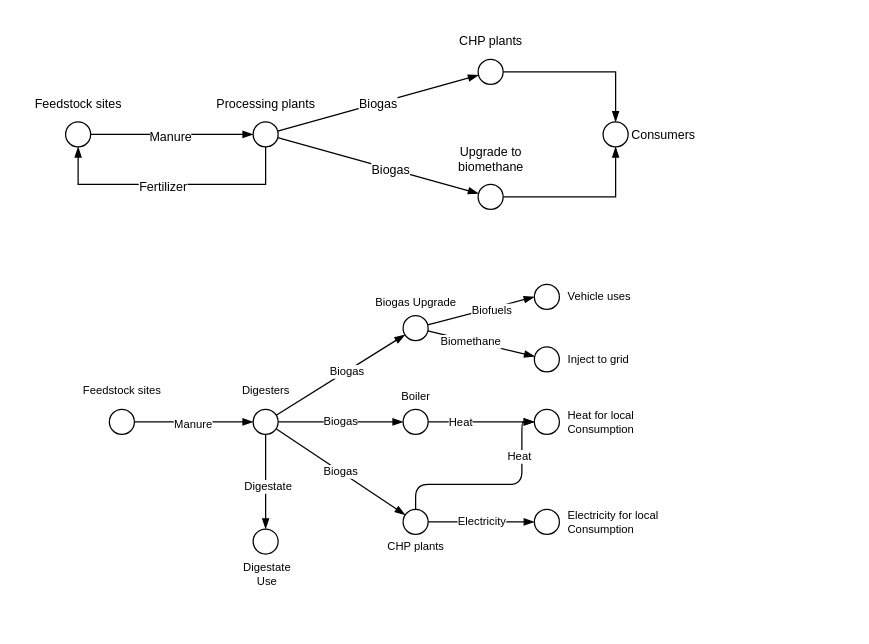
springonions-87/bioze_digital_mapping_tool keeps this draw.io diagram as diagrams/biogas_supply_chain.drawio. Above is the earlier version. Source tidied: cells renumbered, new cells numbered last; positions are measured from the earlier drawing's top-left corner, leaving out a move shared by most shapes. Both pictures are drawn from the tidied source at 125%, with x=0, y=0 at pixel (21, 21).
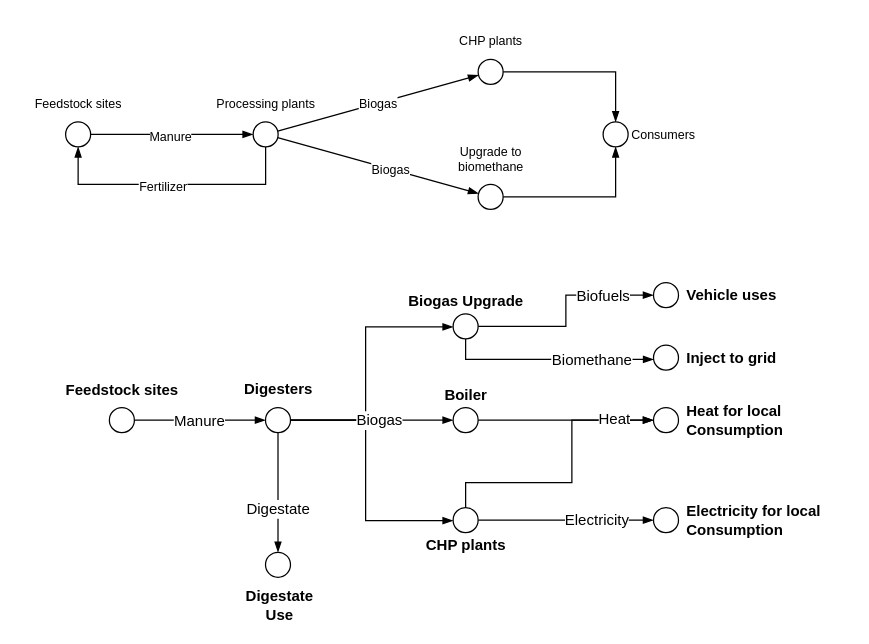
After the change.

Diff of the diagram source:
```diff
@@
-    <mxCell id="21" style="rounded=0;jettySize=auto;html=1;endArrow=blockThin;endFill=1;fontSize=9;" parent="1" edge="1" source="23" target="29">
+    <mxCell id="21" style="rounded=0;jettySize=auto;html=1;endArrow=blockThin;endFill=1;fontSize=12;strokeWidth=1;" parent="1" edge="1" source="23" target="29">
       <mxGeometry relative="1" as="geometry" />
     </mxCell>
-    <mxCell id="22" value="Manure" style="edgeLabel;html=1;align=center;verticalAlign=middle;fontSize=9;" parent="21" vertex="1">
+    <mxCell id="22" value="Manure" style="edgeLabel;html=1;align=center;verticalAlign=middle;fontSize=12;" parent="21" vertex="1">
       <mxGeometry x="-0.03" y="-1" relative="1" as="geometry" />
     </mxCell>
-    <mxCell id="23" style="ellipse;whiteSpace=wrap;html=1;fontSize=9;" parent="1" vertex="1">
-      <mxGeometry x="70" y="310" width="20" height="20" as="geometry" />
+    <mxCell id="23" style="ellipse;whiteSpace=wrap;html=1;fontSize=12;" parent="1" vertex="1">
+      <mxGeometry x="70" y="308.6" width="20" height="20" as="geometry" />
     </mxCell>
-    <mxCell id="24" value="Biogas" style="edgeStyle=none;rounded=0;jettySize=auto;html=1;endArrow=blockThin;endFill=1;fontSize=9;" parent="1" edge="1" source="29" target="34">
-      <mxGeometry relative="1" as="geometry" />
-    </mxCell>
-    <mxCell id="25" style="edgeStyle=orthogonalEdgeStyle;rounded=0;jettySize=auto;html=1;endArrow=blockThin;endFill=1;fontSize=9;" parent="1" edge="1" source="29" target="43">
+    <mxCell id="25" style="edgeStyle=orthogonalEdgeStyle;rounded=0;jettySize=auto;html=1;endArrow=blockThin;endFill=1;fontSize=12;strokeWidth=1;" parent="1" edge="1" source="29" target="43">
       <mxGeometry relative="1" as="geometry">
         <Array as="points">
-          <mxPoint x="195" y="390" />
-          <mxPoint x="195" y="390" />
+          <mxPoint x="204.9" y="388.6" />
+          <mxPoint x="204.9" y="388.6" />
         </Array>
       </mxGeometry>
     </mxCell>
-    <mxCell id="26" value="Digestate" style="edgeLabel;html=1;align=center;verticalAlign=middle;fontSize=9;" parent="25" vertex="1">
-      <mxGeometry x="0.08" y="1" relative="1" as="geometry" />
+    <mxCell id="26" value="Digestate" style="edgeLabel;html=1;align=center;verticalAlign=middle;fontSize=12;" parent="25" vertex="1">
+      <mxGeometry x="0.08" y="1" relative="1" as="geometry">
+        <mxPoint x="-1" y="9" as="offset" />
+      </mxGeometry>
     </mxCell>
-    <mxCell id="27" style="html=1;endArrow=blockThin;endFill=1;fontSize=9;" parent="1" edge="1" source="29" target="52">
-      <mxGeometry relative="1" as="geometry" />
+    <mxCell id="27" style="edgeStyle=orthogonalEdgeStyle;html=1;strokeWidth=1;fontSize=12;endArrow=blockThin;endFill=1;rounded=0;" parent="1" edge="1" source="29" target="52">
+      <mxGeometry relative="1" as="geometry">
+        <Array as="points">
+          <mxPoint x="275" y="319" />
+          <mxPoint x="275" y="244" />
+        </Array>
+      </mxGeometry>
     </mxCell>
-    <mxCell id="28" value="Biogas" style="edgeLabel;html=1;align=center;verticalAlign=middle;fontSize=9;" parent="27" vertex="1">
-      <mxGeometry x="0.09" relative="1" as="geometry" />
-    </mxCell>
+    <mxCell id="47" style="edgeStyle=orthogonalEdgeStyle;rounded=0;html=1;strokeWidth=1;fontSize=12;endArrow=blockThin;endFill=1;" parent="1" edge="1" source="29" target="38">
+      <mxGeometry relative="1" as="geometry">
+        <Array as="points">
+          <mxPoint x="275" y="319" />
+          <mxPoint x="275" y="399" />
+        </Array>
+      </mxGeometry>
+    </mxCell>
+    <mxCell id="24" style="edgeStyle=orthogonalEdgeStyle;rounded=0;html=1;strokeWidth=1;fontSize=12;endArrow=blockThin;endFill=1;" parent="1" edge="1" source="29" target="34">
+      <mxGeometry relative="1" as="geometry" />
+    </mxCell>
+    <mxCell id="58" value="Biogas" style="edgeLabel;html=1;align=center;verticalAlign=middle;fontSize=12;" parent="24" vertex="1">
+      <mxGeometry x="0.16" relative="1" as="geometry">
+        <mxPoint x="-4" as="offset" />
+      </mxGeometry>
+    </mxCell>
-    <mxCell id="29" style="ellipse;whiteSpace=wrap;html=1;fontSize=9;" parent="1" vertex="1">
-      <mxGeometry x="185" y="310" width="20" height="20" as="geometry" />
+    <mxCell id="29" style="ellipse;whiteSpace=wrap;html=1;fontSize=12;" parent="1" vertex="1">
+      <mxGeometry x="194.9" y="308.6" width="20" height="20" as="geometry" />
     </mxCell>
-    <mxCell id="30" value="Feedstock sites" style="text;html=1;align=center;verticalAlign=middle;strokeColor=none;fillColor=none;fontSize=9;" parent="1" vertex="1">
-      <mxGeometry x="35" y="285" width="90" height="20" as="geometry" />
+    <mxCell id="30" value="Feedstock sites" style="text;html=1;align=center;verticalAlign=middle;strokeColor=none;fillColor=none;fontSize=12;fontStyle=1;" parent="1" vertex="1">
+      <mxGeometry x="25" y="280" width="110" height="30" as="geometry" />
     </mxCell>
-    <mxCell id="31" value="Digesters" style="text;html=1;align=center;verticalAlign=middle;strokeColor=none;fillColor=none;fontSize=9;" parent="1" vertex="1">
-      <mxGeometry x="165" y="285" width="60" height="20" as="geometry" />
+    <mxCell id="31" value="Digesters" style="text;html=1;align=center;verticalAlign=middle;strokeColor=none;fillColor=none;fontSize=12;fontStyle=1;" parent="1" vertex="1">
+      <mxGeometry x="164.9" y="278.6" width="80" height="30" as="geometry" />
     </mxCell>
-    <mxCell id="32" style="edgeStyle=orthogonalEdgeStyle;rounded=0;jettySize=auto;html=1;endArrow=blockThin;endFill=1;fontSize=9;" parent="1" edge="1" source="34" target="40">
+    <mxCell id="32" style="edgeStyle=orthogonalEdgeStyle;rounded=0;jettySize=auto;html=1;endArrow=blockThin;endFill=1;fontSize=12;strokeWidth=1;" parent="1" edge="1" source="34" target="40">
       <mxGeometry relative="1" as="geometry" />
     </mxCell>
-    <mxCell id="33" value="Heat" style="edgeLabel;html=1;align=center;verticalAlign=middle;fontSize=9;" parent="32" vertex="1">
-      <mxGeometry x="-0.42" relative="1" as="geometry" />
-    </mxCell>
-    <mxCell id="34" style="ellipse;whiteSpace=wrap;html=1;fontSize=9;" parent="1" vertex="1">
-      <mxGeometry x="305" y="310" width="20" height="20" as="geometry" />
+    <mxCell id="34" style="ellipse;whiteSpace=wrap;html=1;fontSize=12;" parent="1" vertex="1">
+      <mxGeometry x="345" y="308.6" width="20" height="20" as="geometry" />
     </mxCell>
-    <mxCell id="35" value="Electricity" style="edgeStyle=none;html=1;endArrow=blockThin;endFill=1;fontSize=9;" parent="1" edge="1" source="38" target="46">
+    <mxCell id="35" style="edgeStyle=none;html=1;endArrow=blockThin;endFill=1;fontSize=12;strokeWidth=1;" parent="1" edge="1" source="38" target="46">
       <mxGeometry relative="1" as="geometry" />
     </mxCell>
+    <mxCell id="59" value="Electricity" style="edgeLabel;html=1;align=center;verticalAlign=middle;fontSize=12;" parent="35" vertex="1">
+      <mxGeometry x="0.51" relative="1" as="geometry">
+        <mxPoint x="-12" as="offset" />
+      </mxGeometry>
+    </mxCell>
-    <mxCell id="36" style="edgeStyle=orthogonalEdgeStyle;html=1;endArrow=blockThin;endFill=1;fontSize=9;" parent="1" edge="1" source="38" target="40">
+    <mxCell id="36" style="edgeStyle=orthogonalEdgeStyle;html=1;endArrow=blockThin;endFill=1;fontSize=12;strokeWidth=1;rounded=0;" parent="1" edge="1" source="38" target="40">
       <mxGeometry relative="1" as="geometry">
         <Array as="points">
-          <mxPoint x="315" y="370" />
-          <mxPoint x="400" y="370" />
-          <mxPoint x="400" y="320" />
+          <mxPoint x="355" y="368.6" />
+          <mxPoint x="440" y="368.6" />
+          <mxPoint x="440" y="318.6" />
         </Array>
       </mxGeometry>
     </mxCell>
-    <mxCell id="37" value="Heat" style="edgeLabel;html=1;align=center;verticalAlign=middle;fontSize=9;" parent="36" vertex="1">
-      <mxGeometry x="0.55" y="3" relative="1" as="geometry" />
-    </mxCell>
+    <mxCell id="60" value="Heat" style="edgeLabel;html=1;align=center;verticalAlign=middle;fontSize=12;" parent="36" vertex="1">
+      <mxGeometry x="0.71" y="1" relative="1" as="geometry" />
+    </mxCell>
-    <mxCell id="38" style="ellipse;whiteSpace=wrap;html=1;fontSize=9;" parent="1" vertex="1">
-      <mxGeometry x="305" y="390" width="20" height="20" as="geometry" />
+    <mxCell id="38" style="ellipse;whiteSpace=wrap;html=1;fontSize=12;" parent="1" vertex="1">
+      <mxGeometry x="345" y="388.6" width="20" height="20" as="geometry" />
     </mxCell>
-    <mxCell id="39" value="CHP plants" style="text;html=1;align=center;verticalAlign=middle;strokeColor=none;fillColor=none;fontSize=9;" parent="1" vertex="1">
-      <mxGeometry x="280" y="410" width="70" height="20" as="geometry" />
+    <mxCell id="39" value="CHP plants" style="text;html=1;align=center;verticalAlign=middle;strokeColor=none;fillColor=none;fontSize=12;fontStyle=1;" parent="1" vertex="1">
+      <mxGeometry x="310" y="403.6" width="90" height="30" as="geometry" />
     </mxCell>
-    <mxCell id="40" style="ellipse;whiteSpace=wrap;html=1;fontSize=9;" parent="1" vertex="1">
-      <mxGeometry x="410" y="310" width="20" height="20" as="geometry" />
+    <mxCell id="40" style="ellipse;whiteSpace=wrap;html=1;fontSize=12;" parent="1" vertex="1">
+      <mxGeometry x="505.3" y="308.6" width="20" height="20" as="geometry" />
     </mxCell>
-    <mxCell id="41" value="Biogas Upgrade" style="text;html=1;align=center;verticalAlign=middle;strokeColor=none;fillColor=none;fontSize=9;" parent="1" vertex="1">
-      <mxGeometry x="270" y="215" width="90" height="20" as="geometry" />
+    <mxCell id="41" value="Biogas Upgrade" style="text;html=1;align=center;verticalAlign=middle;strokeColor=none;fillColor=none;fontSize=12;fontStyle=1;" parent="1" vertex="1">
+      <mxGeometry x="295" y="208.6" width="120" height="30" as="geometry" />
     </mxCell>
-    <mxCell id="42" value="Electricity for local&amp;nbsp;&lt;br style=&quot;font-size: 9px;&quot;&gt;Consumption" style="text;html=1;align=left;verticalAlign=middle;strokeColor=none;fillColor=none;fontSize=9;" parent="1" vertex="1">
-      <mxGeometry x="435" y="380" width="100" height="40" as="geometry" />
+    <mxCell id="42" value="Electricity for local&amp;nbsp;&lt;br style=&quot;font-size: 12px;&quot;&gt;Consumption" style="text;html=1;align=left;verticalAlign=middle;strokeColor=none;fillColor=none;fontSize=12;fontStyle=1;" parent="1" vertex="1">
+      <mxGeometry x="530.3" y="378.6" width="130" height="40" as="geometry" />
     </mxCell>
-    <mxCell id="43" style="ellipse;whiteSpace=wrap;html=1;fontSize=9;" parent="1" vertex="1">
-      <mxGeometry x="185" y="405.7" width="20" height="20" as="geometry" />
+    <mxCell id="43" style="ellipse;whiteSpace=wrap;html=1;fontSize=12;" parent="1" vertex="1">
+      <mxGeometry x="194.9" y="424.3" width="20" height="20" as="geometry" />
     </mxCell>
-    <mxCell id="44" value="Digestate&lt;br style=&quot;font-size: 9px;&quot;&gt;Use" style="edgeLabel;html=1;align=center;verticalAlign=middle;fontSize=9;" parent="1" vertex="1">
-      <mxGeometry x="195" y="445.7" as="geometry">
+    <mxCell id="44" value="Digestate&lt;br style=&quot;font-size: 12px;&quot;&gt;Use" style="edgeLabel;html=1;align=center;verticalAlign=middle;fontSize=12;fontStyle=1;" parent="1" vertex="1">
+      <mxGeometry x="205" y="470" as="geometry">
         <mxPoint y="-4" as="offset" />
       </mxGeometry>
     </mxCell>
-    <mxCell id="45" value="Boiler" style="text;html=1;align=center;verticalAlign=middle;strokeColor=none;fillColor=none;fontSize=9;" parent="1" vertex="1">
-      <mxGeometry x="290" y="290" width="50" height="20" as="geometry" />
+    <mxCell id="45" value="Boiler" style="text;html=1;align=center;verticalAlign=middle;strokeColor=none;fillColor=none;fontSize=12;fontStyle=1;" parent="1" vertex="1">
+      <mxGeometry x="325" y="283.6" width="60" height="30" as="geometry" />
     </mxCell>
-    <mxCell id="46" style="ellipse;whiteSpace=wrap;html=1;fontSize=9;" parent="1" vertex="1">
-      <mxGeometry x="410" y="390" width="20" height="20" as="geometry" />
+    <mxCell id="46" style="ellipse;whiteSpace=wrap;html=1;fontSize=12;" parent="1" vertex="1">
+      <mxGeometry x="505.3" y="388.6" width="20" height="20" as="geometry" />
     </mxCell>
-    <mxCell id="47" value="Biogas" style="edgeStyle=none;rounded=0;jettySize=auto;html=1;endArrow=blockThin;endFill=1;fontSize=9;" parent="1" edge="1" source="29" target="38">
-      <mxGeometry relative="1" as="geometry" />
-    </mxCell>
-    <mxCell id="48" style="edgeStyle=none;html=1;endArrow=blockThin;endFill=1;fontSize=9;" parent="1" edge="1" source="52" target="54">
-      <mxGeometry relative="1" as="geometry" />
+    <mxCell id="48" style="edgeStyle=orthogonalEdgeStyle;html=1;endArrow=blockThin;endFill=1;fontSize=12;strokeWidth=1;rounded=0;" parent="1" edge="1" source="52" target="54">
+      <mxGeometry relative="1" as="geometry">
+        <Array as="points">
+          <mxPoint x="355" y="270" />
+        </Array>
+      </mxGeometry>
     </mxCell>
-    <mxCell id="49" value="Biomethane" style="edgeLabel;html=1;align=center;verticalAlign=middle;fontSize=9;" parent="48" vertex="1">
-      <mxGeometry x="-0.2" relative="1" as="geometry" />
+    <mxCell id="49" value="Biomethane" style="edgeLabel;html=1;align=center;verticalAlign=middle;fontSize=12;" parent="48" vertex="1">
+      <mxGeometry x="-0.2" relative="1" as="geometry">
+        <mxPoint x="50" as="offset" />
+      </mxGeometry>
     </mxCell>
-    <mxCell id="50" style="edgeStyle=none;html=1;endArrow=blockThin;endFill=1;entryX=0;entryY=0.5;entryDx=0;entryDy=0;fontSize=9;" parent="1" edge="1" source="52" target="56">
+    <mxCell id="50" style="edgeStyle=orthogonalEdgeStyle;html=1;endArrow=blockThin;endFill=1;entryX=0;entryY=0.5;entryDx=0;entryDy=0;fontSize=12;strokeWidth=1;rounded=0;" parent="1" edge="1" source="52" target="56">
       <mxGeometry relative="1" as="geometry" />
     </mxCell>
-    <mxCell id="51" value="Biofuels" style="edgeLabel;html=1;align=center;verticalAlign=middle;fontSize=9;" parent="50" vertex="1">
-      <mxGeometry x="0.18" y="-1" relative="1" as="geometry" />
+    <mxCell id="51" value="Biofuels" style="edgeLabel;html=1;align=center;verticalAlign=middle;fontSize=12;" parent="50" vertex="1">
+      <mxGeometry x="0.18" y="-1" relative="1" as="geometry">
+        <mxPoint x="26" as="offset" />
+      </mxGeometry>
     </mxCell>
-    <mxCell id="52" style="ellipse;whiteSpace=wrap;html=1;fontSize=9;" parent="1" vertex="1">
-      <mxGeometry x="305" y="235" width="20" height="20" as="geometry" />
+    <mxCell id="52" style="ellipse;whiteSpace=wrap;html=1;fontSize=12;" parent="1" vertex="1">
+      <mxGeometry x="345" y="233.6" width="20" height="20" as="geometry" />
     </mxCell>
-    <mxCell id="53" value="Heat for local&amp;nbsp;&lt;br style=&quot;font-size: 9px;&quot;&gt;Consumption" style="text;html=1;align=left;verticalAlign=middle;strokeColor=none;fillColor=none;fontSize=9;" parent="1" vertex="1">
-      <mxGeometry x="435" y="300" width="80" height="40" as="geometry" />
+    <mxCell id="53" value="Heat for local&amp;nbsp;&lt;br style=&quot;font-size: 12px;&quot;&gt;Consumption" style="text;html=1;align=left;verticalAlign=middle;strokeColor=none;fillColor=none;fontSize=12;fontStyle=1;" parent="1" vertex="1">
+      <mxGeometry x="530.3" y="298.6" width="100" height="40" as="geometry" />
     </mxCell>
-    <mxCell id="54" style="ellipse;whiteSpace=wrap;html=1;fontSize=9;" parent="1" vertex="1">
-      <mxGeometry x="410" y="260" width="20" height="20" as="geometry" />
+    <mxCell id="54" style="ellipse;whiteSpace=wrap;html=1;fontSize=12;" parent="1" vertex="1">
+      <mxGeometry x="505.3" y="258.6" width="20" height="20" as="geometry" />
     </mxCell>
-    <mxCell id="55" value="Inject to grid" style="text;html=1;align=left;verticalAlign=middle;strokeColor=none;fillColor=none;fontSize=9;" parent="1" vertex="1">
-      <mxGeometry x="435" y="260" width="70" height="20" as="geometry" />
+    <mxCell id="55" value="Inject to grid" style="text;html=1;align=left;verticalAlign=middle;strokeColor=none;fillColor=none;fontSize=12;fontStyle=1;" parent="1" vertex="1">
+      <mxGeometry x="530.3" y="253.6" width="100" height="30" as="geometry" />
     </mxCell>
-    <mxCell id="56" style="ellipse;whiteSpace=wrap;html=1;fontSize=9;" parent="1" vertex="1">
-      <mxGeometry x="410" y="210" width="20" height="20" as="geometry" />
+    <mxCell id="56" style="ellipse;whiteSpace=wrap;html=1;fontSize=12;" parent="1" vertex="1">
+      <mxGeometry x="505.3" y="208.6" width="20" height="20" as="geometry" />
     </mxCell>
-    <mxCell id="57" value="Vehicle uses" style="text;html=1;align=left;verticalAlign=middle;strokeColor=none;fillColor=none;fontSize=9;" parent="1" vertex="1">
-      <mxGeometry x="435" y="210" width="70" height="20" as="geometry" />
+    <mxCell id="57" value="Vehicle uses" style="text;html=1;align=left;verticalAlign=middle;strokeColor=none;fillColor=none;fontSize=12;fontStyle=1;" parent="1" vertex="1">
+      <mxGeometry x="530.3" y="203.6" width="100" height="30" as="geometry" />
     </mxCell>
```
